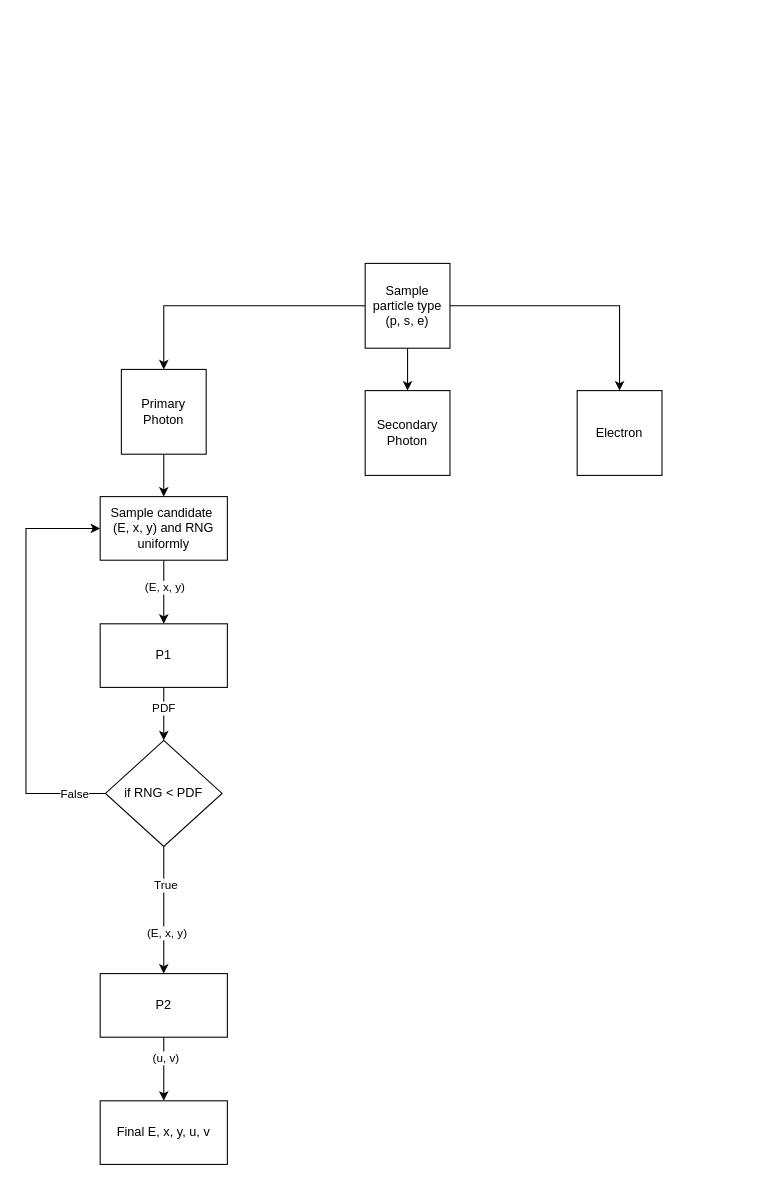
Earlier version of the draw.io diagram aapm_mc_inr.drawio (vengjean/drawings). Source tidied: cells renumbered, new cells numbered last; positions are measured from the earlier drawing's top-left corner, leaving out a move shared by most shapes. Both pictures are drawn from the tidied source at 106%, with x=0, y=0 at pixel (25, 263).
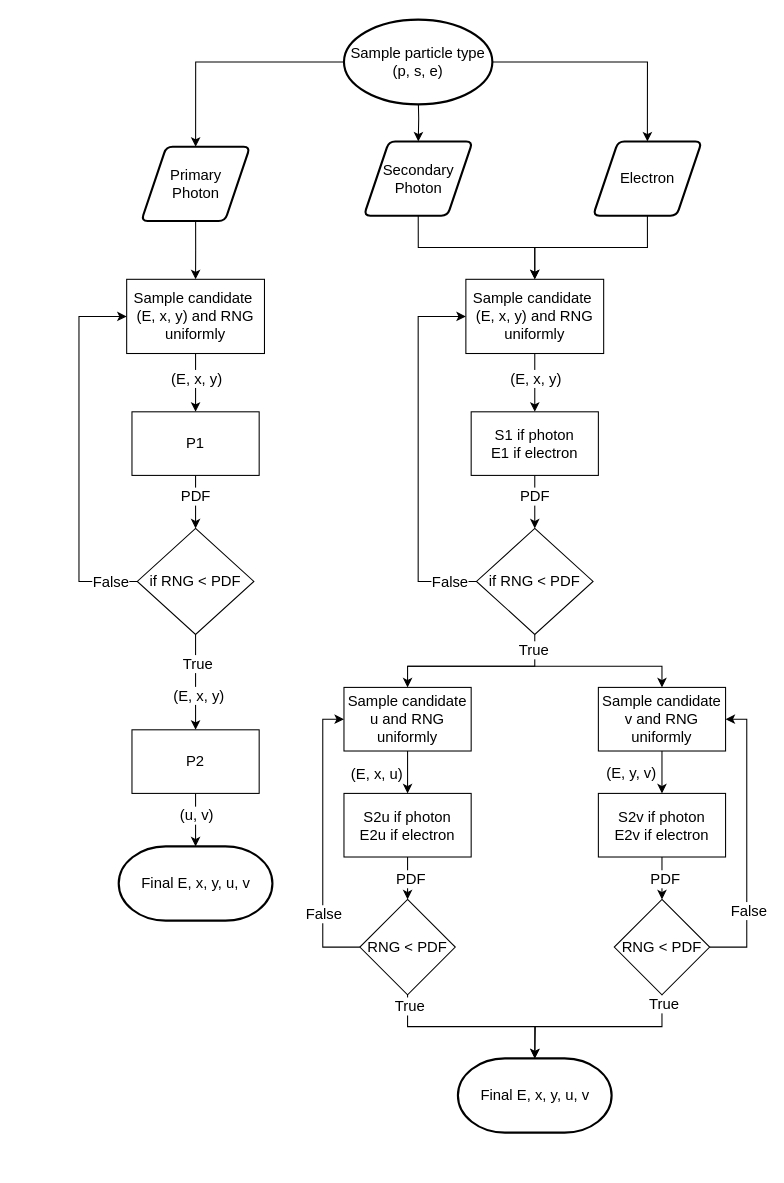
Above is the later version.

Diff of the diagram source:
```diff
@@
-    <mxCell id="2" style="edgeStyle=orthogonalEdgeStyle;rounded=0;jettySize=auto;html=1;" parent="1" edge="1" source="5" target="7">
+    <mxCell id="2" style="edgeStyle=orthogonalEdgeStyle;rounded=0;jettySize=auto;html=1;fontSize=14;exitX=0;exitY=0.5;exitDx=0;exitDy=0;exitPerimeter=0;entryX=0.5;entryY=0;entryDx=0;entryDy=0;" parent="1" edge="1" source="5" target="7">
       <mxGeometry relative="1" as="geometry" />
     </mxCell>
-    <mxCell id="3" style="edgeStyle=orthogonalEdgeStyle;rounded=0;jettySize=auto;html=1;" parent="1" edge="1" source="5" target="8">
-      <mxGeometry relative="1" as="geometry" />
-    </mxCell>
-    <mxCell id="4" style="edgeStyle=orthogonalEdgeStyle;rounded=0;jettySize=auto;html=1;" parent="1" edge="1" source="5" target="9">
+    <mxCell id="4" style="edgeStyle=orthogonalEdgeStyle;rounded=0;jettySize=auto;html=1;fontSize=14;exitX=1;exitY=0.5;exitDx=0;exitDy=0;exitPerimeter=0;entryX=0.5;entryY=0;entryDx=0;entryDy=0;" parent="1" edge="1" source="5" target="9">
       <mxGeometry relative="1" as="geometry" />
     </mxCell>
-    <mxCell id="5" value="Sample particle type (p, s, e)" style="whiteSpace=wrap;html=1;" parent="1" vertex="1">
-      <mxGeometry x="320" width="80" height="80" as="geometry" />
-    </mxCell>
-    <mxCell id="6" style="edgeStyle=orthogonalEdgeStyle;rounded=0;jettySize=auto;html=1;" parent="1" edge="1" source="7" target="12">
+    <mxCell id="6" style="edgeStyle=orthogonalEdgeStyle;rounded=0;jettySize=auto;html=1;fontSize=14;exitX=0.5;exitY=1;exitDx=0;exitDy=0;" parent="1" edge="1" source="7" target="12">
       <mxGeometry relative="1" as="geometry" />
     </mxCell>
-    <mxCell id="7" value="Primary&lt;div&gt;Photon&lt;/div&gt;" style="whiteSpace=wrap;html=1;" parent="1" vertex="1">
-      <mxGeometry x="90" y="100" width="80" height="80" as="geometry" />
-    </mxCell>
-    <mxCell id="8" value="Secondary&lt;div&gt;Photon&lt;/div&gt;" style="whiteSpace=wrap;html=1;" parent="1" vertex="1">
-      <mxGeometry x="320" y="120" width="80" height="80" as="geometry" />
-    </mxCell>
-    <mxCell id="9" value="Electron" style="whiteSpace=wrap;html=1;" parent="1" vertex="1">
-      <mxGeometry x="520" y="120" width="80" height="80" as="geometry" />
-    </mxCell>
+    <mxCell id="26" style="edgeStyle=orthogonalEdgeStyle;rounded=0;jettySize=auto;html=1;exitX=0.5;exitY=1;exitDx=0;exitDy=0;entryX=0.5;entryY=0;entryDx=0;entryDy=0;fontSize=14;" parent="1" edge="1" source="8" target="30">
+      <mxGeometry relative="1" as="geometry" />
+    </mxCell>
+    <mxCell id="27" style="edgeStyle=orthogonalEdgeStyle;rounded=0;jettySize=auto;html=1;entryX=0.5;entryY=0;entryDx=0;entryDy=0;exitX=0.5;exitY=1;exitDx=0;exitDy=0;fontSize=14;" parent="1" edge="1" source="9" target="30">
+      <mxGeometry relative="1" as="geometry" />
+    </mxCell>
-    <mxCell id="10" style="edgeStyle=orthogonalEdgeStyle;rounded=0;jettySize=auto;html=1;" parent="1" edge="1" source="12" target="15">
+    <mxCell id="10" style="edgeStyle=orthogonalEdgeStyle;rounded=0;jettySize=auto;html=1;fontSize=14;" parent="1" edge="1" source="12" target="15">
       <mxGeometry relative="1" as="geometry" />
     </mxCell>
-    <mxCell id="11" value="(E, x, y)" style="edgeLabel;html=1;align=center;verticalAlign=middle;" parent="10" vertex="1">
+    <mxCell id="11" value="(E, x, y)" style="edgeLabel;html=1;align=center;verticalAlign=middle;fontSize=14;" parent="10" vertex="1">
       <mxGeometry x="-0.17" relative="1" as="geometry" />
     </mxCell>
-    <mxCell id="12" value="Sample candidate&amp;nbsp;&lt;div&gt;(E, x, y) and RNG uniformly&lt;/div&gt;" style="whiteSpace=wrap;html=1;" parent="1" vertex="1">
-      <mxGeometry x="70" y="220" width="120" height="60" as="geometry" />
+    <mxCell id="12" value="Sample candidate&amp;nbsp;&lt;div&gt;(E, x, y) and RNG uniformly&lt;/div&gt;" style="whiteSpace=wrap;html=1;fontSize=14;" parent="1" vertex="1">
+      <mxGeometry x="95" y="15" width="130" height="70" as="geometry" />
     </mxCell>
-    <mxCell id="13" style="edgeStyle=orthogonalEdgeStyle;rounded=0;jettySize=auto;html=1;" parent="1" edge="1" source="15">
+    <mxCell id="13" style="edgeStyle=orthogonalEdgeStyle;rounded=0;jettySize=auto;html=1;fontSize=14;" parent="1" edge="1" source="15">
       <mxGeometry relative="1" as="geometry">
-        <mxPoint x="130" y="450" as="targetPoint" />
+        <mxPoint x="160" y="250" as="targetPoint" />
       </mxGeometry>
     </mxCell>
-    <mxCell id="14" value="PDF" style="edgeLabel;html=1;align=center;verticalAlign=middle;" parent="13" vertex="1">
+    <mxCell id="14" value="PDF" style="edgeLabel;html=1;align=center;verticalAlign=middle;fontSize=14;" parent="13" vertex="1">
       <mxGeometry x="-0.25" y="-1" relative="1" as="geometry" />
     </mxCell>
-    <mxCell id="15" value="P1" style="whiteSpace=wrap;html=1;" parent="1" vertex="1">
-      <mxGeometry x="70" y="340" width="120" height="60" as="geometry" />
+    <mxCell id="15" value="P1" style="whiteSpace=wrap;html=1;fontSize=14;" parent="1" vertex="1">
+      <mxGeometry x="100" y="140" width="120" height="60" as="geometry" />
     </mxCell>
-    <mxCell id="16" style="edgeStyle=orthogonalEdgeStyle;rounded=0;jettySize=auto;html=1;" parent="1" edge="1" source="19" target="24">
+    <mxCell id="16" style="edgeStyle=orthogonalEdgeStyle;rounded=0;jettySize=auto;html=1;fontSize=14;" parent="1" edge="1" source="19" target="24">
       <mxGeometry relative="1" as="geometry" />
     </mxCell>
-    <mxCell id="17" value="True" style="edgeLabel;html=1;align=center;verticalAlign=middle;" parent="16" vertex="1">
+    <mxCell id="17" value="True" style="edgeLabel;html=1;align=center;verticalAlign=middle;fontSize=14;" parent="16" vertex="1">
       <mxGeometry x="-0.4" y="1" relative="1" as="geometry" />
     </mxCell>
-    <mxCell id="18" value="(E, x, y)" style="edgeLabel;html=1;align=center;verticalAlign=middle;" parent="16" vertex="1">
+    <mxCell id="18" value="(E, x, y)" style="edgeLabel;html=1;align=center;verticalAlign=middle;fontSize=14;" parent="16" vertex="1">
       <mxGeometry x="0.56" y="2" relative="1" as="geometry">
         <mxPoint y="-13" as="offset" />
       </mxGeometry>
     </mxCell>
-    <mxCell id="19" value="if RNG &amp;lt; PDF" style="rhombus;whiteSpace=wrap;html=1;" parent="1" vertex="1">
-      <mxGeometry x="75" y="450" width="110" height="100" as="geometry" />
+    <mxCell id="19" value="if RNG &amp;lt; PDF" style="rhombus;whiteSpace=wrap;html=1;fontSize=14;" parent="1" vertex="1">
+      <mxGeometry x="105" y="250" width="110" height="100" as="geometry" />
     </mxCell>
-    <mxCell id="20" style="endArrow=classic;html=1;rounded=0;exitX=0;exitY=0.5;exitDx=0;exitDy=0;entryX=0;entryY=0.5;entryDx=0;entryDy=0;" parent="1" edge="1" source="19" target="12">
+    <mxCell id="20" style="endArrow=classic;html=1;rounded=0;exitX=0;exitY=0.5;exitDx=0;exitDy=0;entryX=0;entryY=0.5;entryDx=0;entryDy=0;fontSize=14;" parent="1" edge="1" source="19" target="12">
       <mxGeometry relative="1" as="geometry">
         <Array as="points">
-          <mxPoint y="500" />
-          <mxPoint y="250" />
+          <mxPoint x="50" y="300" />
+          <mxPoint x="50" y="50" />
         </Array>
       </mxGeometry>
     </mxCell>
-    <mxCell id="21" value="False" style="edgeLabel;html=1;align=center;verticalAlign=middle;" parent="20" vertex="1">
+    <mxCell id="21" value="False" style="edgeLabel;html=1;align=center;verticalAlign=middle;fontSize=14;" parent="20" vertex="1">
       <mxGeometry x="-0.85" relative="1" as="geometry" />
     </mxCell>
-    <mxCell id="22" style="edgeStyle=orthogonalEdgeStyle;rounded=0;jettySize=auto;html=1;" parent="1" edge="1" source="24" target="25">
-      <mxGeometry relative="1" as="geometry" />
+    <mxCell id="22" style="edgeStyle=orthogonalEdgeStyle;rounded=0;jettySize=auto;html=1;fontSize=14;" parent="1" edge="1" source="24">
+      <mxGeometry relative="1" as="geometry">
+        <mxPoint x="160" y="550" as="targetPoint" />
+      </mxGeometry>
     </mxCell>
-    <mxCell id="23" value="(u, v)" style="edgeLabel;html=1;align=center;verticalAlign=middle;" parent="22" vertex="1">
-      <mxGeometry x="-0.37" y="1" relative="1" as="geometry" />
+    <mxCell id="23" value="(u, v)" style="edgeLabel;html=1;align=center;verticalAlign=middle;fontSize=14;" parent="22" vertex="1">
+      <mxGeometry x="-0.37" y="1" relative="1" as="geometry">
+        <mxPoint x="-1" y="4" as="offset" />
+      </mxGeometry>
     </mxCell>
-    <mxCell id="24" value="P2" style="whiteSpace=wrap;html=1;" parent="1" vertex="1">
-      <mxGeometry x="70" y="670" width="120" height="60" as="geometry" />
+    <mxCell id="24" value="P2" style="whiteSpace=wrap;html=1;fontSize=14;" parent="1" vertex="1">
+      <mxGeometry x="100" y="440" width="120" height="60" as="geometry" />
     </mxCell>
-    <mxCell id="25" value="Final E, x, y, u, v" style="whiteSpace=wrap;html=1;" parent="1" vertex="1">
-      <mxGeometry x="70" y="790" width="120" height="60" as="geometry" />
-    </mxCell>
+    <mxCell id="28" style="edgeStyle=orthogonalEdgeStyle;rounded=0;jettySize=auto;html=1;fontSize=14;" parent="1" edge="1" source="30" target="33">
+      <mxGeometry relative="1" as="geometry" />
+    </mxCell>
+    <mxCell id="29" value="(E, x, y)" style="edgeLabel;html=1;align=center;verticalAlign=middle;fontSize=14;" parent="28" vertex="1">
+      <mxGeometry x="-0.17" relative="1" as="geometry" />
+    </mxCell>
+    <mxCell id="30" value="Sample candidate&amp;nbsp;&lt;div&gt;(E, x, y) and RNG uniformly&lt;/div&gt;" style="whiteSpace=wrap;html=1;fontSize=14;" parent="1" vertex="1">
+      <mxGeometry x="415" y="15" width="130" height="70" as="geometry" />
+    </mxCell>
+    <mxCell id="31" style="edgeStyle=orthogonalEdgeStyle;rounded=0;jettySize=auto;html=1;fontSize=14;" parent="1" edge="1" source="33">
+      <mxGeometry relative="1" as="geometry">
+        <mxPoint x="480" y="250" as="targetPoint" />
+      </mxGeometry>
+    </mxCell>
+    <mxCell id="32" value="PDF" style="edgeLabel;html=1;align=center;verticalAlign=middle;fontSize=14;" parent="31" vertex="1">
+      <mxGeometry x="-0.25" y="-1" relative="1" as="geometry" />
+    </mxCell>
+    <mxCell id="33" value="S1 if photon&lt;div&gt;E1 if electron&lt;/div&gt;" style="whiteSpace=wrap;html=1;fontSize=14;" parent="1" vertex="1">
+      <mxGeometry x="420" y="140" width="120" height="60" as="geometry" />
+    </mxCell>
+    <mxCell id="34" style="edgeStyle=orthogonalEdgeStyle;rounded=0;jettySize=auto;html=1;fontSize=14;" parent="1" edge="1" source="36" target="41">
+      <mxGeometry relative="1" as="geometry">
+        <Array as="points">
+          <mxPoint x="480" y="380" />
+          <mxPoint x="360" y="380" />
+        </Array>
+      </mxGeometry>
+    </mxCell>
+    <mxCell id="35" value="True" style="edgeLabel;html=1;align=center;verticalAlign=middle;fontSize=14;" parent="34" vertex="1">
+      <mxGeometry x="-0.84" y="-2" relative="1" as="geometry" />
+    </mxCell>
+    <mxCell id="36" value="if RNG &amp;lt; PDF" style="rhombus;whiteSpace=wrap;html=1;fontSize=14;" parent="1" vertex="1">
+      <mxGeometry x="425" y="250" width="110" height="100" as="geometry" />
+    </mxCell>
+    <mxCell id="37" style="endArrow=classic;html=1;rounded=0;exitX=0;exitY=0.5;exitDx=0;exitDy=0;entryX=0;entryY=0.5;entryDx=0;entryDy=0;fontSize=14;" parent="1" edge="1" source="36" target="30">
+      <mxGeometry relative="1" as="geometry">
+        <Array as="points">
+          <mxPoint x="370" y="300" />
+          <mxPoint x="370" y="50" />
+        </Array>
+      </mxGeometry>
+    </mxCell>
+    <mxCell id="38" value="False" style="edgeLabel;html=1;align=center;verticalAlign=middle;fontSize=14;" parent="37" vertex="1">
+      <mxGeometry x="-0.85" relative="1" as="geometry" />
+    </mxCell>
+    <mxCell id="39" style="edgeStyle=orthogonalEdgeStyle;rounded=0;jettySize=auto;html=1;fontSize=14;" parent="1" edge="1" source="41" target="44">
+      <mxGeometry relative="1" as="geometry" />
+    </mxCell>
+    <mxCell id="40" value="(E, x, u)" style="edgeLabel;html=1;align=center;verticalAlign=middle;fontSize=14;" parent="39" vertex="1">
+      <mxGeometry x="0.03" y="-1" relative="1" as="geometry">
+        <mxPoint x="-29" as="offset" />
+      </mxGeometry>
+    </mxCell>
+    <mxCell id="41" value="Sample candidate u and RNG uniformly" style="whiteSpace=wrap;html=1;fontSize=14;" parent="1" vertex="1">
+      <mxGeometry x="300" y="400" width="120" height="60" as="geometry" />
+    </mxCell>
+    <mxCell id="42" style="edgeStyle=orthogonalEdgeStyle;rounded=0;jettySize=auto;html=1;fontSize=14;" parent="1" edge="1" source="44" target="52">
+      <mxGeometry relative="1" as="geometry" />
+    </mxCell>
+    <mxCell id="43" value="PDF" style="edgeLabel;html=1;align=center;verticalAlign=middle;fontSize=14;" parent="42" vertex="1">
+      <mxGeometry y="2" relative="1" as="geometry" />
+    </mxCell>
+    <mxCell id="44" value="S2u if photon&lt;div&gt;E2u if electron&lt;/div&gt;" style="whiteSpace=wrap;html=1;fontSize=14;" parent="1" vertex="1">
+      <mxGeometry x="300" y="500" width="120" height="60" as="geometry" />
+    </mxCell>
+    <mxCell id="45" style="endArrow=classic;html=1;rounded=0;fontSize=14;" parent="1" edge="1" target="48">
+      <mxGeometry relative="1" as="geometry">
+        <mxPoint x="360" y="380" as="sourcePoint" />
+        <Array as="points">
+          <mxPoint x="600" y="380" />
+        </Array>
+      </mxGeometry>
+    </mxCell>
+    <mxCell id="46" style="edgeStyle=orthogonalEdgeStyle;rounded=0;jettySize=auto;html=1;fontSize=14;" parent="1" edge="1" source="48" target="49">
+      <mxGeometry relative="1" as="geometry" />
+    </mxCell>
+    <mxCell id="47" value="(E, y, v)" style="edgeLabel;html=1;align=center;verticalAlign=middle;fontSize=14;" parent="46" vertex="1">
+      <mxGeometry x="-0.07" y="-1" relative="1" as="geometry">
+        <mxPoint x="-29" y="1" as="offset" />
+      </mxGeometry>
+    </mxCell>
+    <mxCell id="48" value="Sample candidate v and RNG uniformly" style="rounded=0;whiteSpace=wrap;html=1;fontSize=14;" parent="1" vertex="1">
+      <mxGeometry x="540" y="400" width="120" height="60" as="geometry" />
+    </mxCell>
+    <mxCell id="49" value="S2v if photon&lt;div&gt;E2v if electron&lt;/div&gt;" style="whiteSpace=wrap;html=1;rounded=0;fontSize=14;" parent="1" vertex="1">
+      <mxGeometry x="540" y="500" width="120" height="60" as="geometry" />
+    </mxCell>
+    <mxCell id="50" style="edgeStyle=orthogonalEdgeStyle;rounded=0;jettySize=auto;html=1;exitX=0.5;exitY=1;exitDx=0;exitDy=0;fontSize=14;" parent="1" edge="1" source="52">
+      <mxGeometry relative="1" as="geometry">
+        <mxPoint x="480" y="750" as="targetPoint" />
+      </mxGeometry>
+    </mxCell>
+    <mxCell id="51" value="True" style="edgeLabel;html=1;align=center;verticalAlign=middle;fontSize=14;" parent="50" vertex="1">
+      <mxGeometry x="-0.67" y="-1" relative="1" as="geometry">
+        <mxPoint x="1" y="-21" as="offset" />
+      </mxGeometry>
+    </mxCell>
+    <mxCell id="52" value="RNG &amp;lt; PDF" style="rhombus;whiteSpace=wrap;html=1;fontSize=14;" parent="1" vertex="1">
+      <mxGeometry x="315" y="600" width="90" height="90" as="geometry" />
+    </mxCell>
+    <mxCell id="53" style="endArrow=classic;html=1;rounded=0;exitX=0;exitY=0.5;exitDx=0;exitDy=0;entryX=0;entryY=0.5;entryDx=0;entryDy=0;fontSize=14;" parent="1" edge="1" source="52" target="41">
+      <mxGeometry relative="1" as="geometry">
+        <Array as="points">
+          <mxPoint x="280" y="645" />
+          <mxPoint x="280" y="540" />
+          <mxPoint x="280" y="430" />
+        </Array>
+      </mxGeometry>
+    </mxCell>
+    <mxCell id="54" value="False" style="edgeLabel;html=1;align=center;verticalAlign=middle;fontSize=14;" parent="53" vertex="1">
+      <mxGeometry x="-0.85" y="3" relative="1" as="geometry">
+        <mxPoint x="-15" y="-35" as="offset" />
+      </mxGeometry>
+    </mxCell>
+    <mxCell id="55" style="edgeStyle=orthogonalEdgeStyle;rounded=0;jettySize=auto;html=1;fontSize=14;" parent="1" edge="1" source="49" target="57">
+      <mxGeometry relative="1" as="geometry" />
+    </mxCell>
+    <mxCell id="56" value="PDF" style="edgeLabel;html=1;align=center;verticalAlign=middle;fontSize=14;" parent="55" vertex="1">
+      <mxGeometry y="2" relative="1" as="geometry" />
+    </mxCell>
+    <mxCell id="57" value="RNG &amp;lt; PDF" style="rhombus;whiteSpace=wrap;html=1;fontSize=14;" parent="1" vertex="1">
+      <mxGeometry x="555" y="600" width="90" height="90" as="geometry" />
+    </mxCell>
+    <mxCell id="58" style="endArrow=classic;html=1;rounded=0;exitX=1;exitY=0.5;exitDx=0;exitDy=0;entryX=1;entryY=0.5;entryDx=0;entryDy=0;fontSize=14;" parent="1" edge="1" source="57" target="48">
+      <mxGeometry relative="1" as="geometry">
+        <Array as="points">
+          <mxPoint x="680" y="645" />
+          <mxPoint x="680" y="430" />
+        </Array>
+      </mxGeometry>
+    </mxCell>
+    <mxCell id="59" value="False" style="edgeLabel;html=1;align=center;verticalAlign=middle;fontSize=14;" parent="58" vertex="1">
+      <mxGeometry x="-0.84" y="-1" relative="1" as="geometry">
+        <mxPoint x="14" y="-36" as="offset" />
+      </mxGeometry>
+    </mxCell>
+    <mxCell id="60" style="edgeStyle=orthogonalEdgeStyle;rounded=0;jettySize=auto;html=1;exitX=0.5;exitY=1;exitDx=0;exitDy=0;fontSize=14;" parent="1" edge="1" source="57">
+      <mxGeometry relative="1" as="geometry">
+        <mxPoint x="480" y="750" as="targetPoint" />
+        <Array as="points">
+          <mxPoint x="600" y="720" />
+          <mxPoint x="480" y="720" />
+        </Array>
+      </mxGeometry>
+    </mxCell>
+    <mxCell id="61" value="True" style="edgeLabel;html=1;align=center;verticalAlign=middle;fontSize=14;" parent="60" vertex="1">
+      <mxGeometry x="-0.67" y="-1" relative="1" as="geometry">
+        <mxPoint x="1" y="-21" as="offset" />
+      </mxGeometry>
+    </mxCell>
+    <mxCell id="62" style="edgeStyle=orthogonalEdgeStyle;rounded=0;jettySize=auto;html=1;" parent="1" edge="1" target="8">
+      <mxGeometry relative="1" as="geometry">
+        <mxPoint x="370" y="-160" as="sourcePoint" />
+      </mxGeometry>
+    </mxCell>
+    <mxCell id="5" value="&lt;span style=&quot;font-size: 14px;&quot;&gt;Sample particle type (p, s, e)&lt;/span&gt;" style="strokeWidth=2;html=1;shape=mxgraph.flowchart.start_1;whiteSpace=wrap;" parent="1" vertex="1">
+      <mxGeometry x="300" y="-230" width="140" height="80" as="geometry" />
+    </mxCell>
+    <mxCell id="63" value="&lt;span style=&quot;font-size: 14px;&quot;&gt;Final E, x, y, u, v&lt;/span&gt;" style="strokeWidth=2;html=1;shape=mxgraph.flowchart.terminator;whiteSpace=wrap;" parent="1" vertex="1">
+      <mxGeometry x="87.5" y="550" width="145" height="70" as="geometry" />
+    </mxCell>
+    <mxCell id="64" value="&lt;span style=&quot;font-size: 14px;&quot;&gt;Final E, x, y, u, v&lt;/span&gt;" style="strokeWidth=2;html=1;shape=mxgraph.flowchart.terminator;whiteSpace=wrap;" parent="1" vertex="1">
+      <mxGeometry x="407.5" y="750" width="145" height="70" as="geometry" />
+    </mxCell>
+    <mxCell id="7" value="&lt;font style=&quot;font-size: 14px;&quot;&gt;Primary&lt;/font&gt;&lt;div&gt;&lt;font style=&quot;font-size: 14px;&quot;&gt;Photon&lt;/font&gt;&lt;/div&gt;" style="shape=parallelogram;html=1;strokeWidth=2;perimeter=parallelogramPerimeter;whiteSpace=wrap;rounded=1;arcSize=12;size=0.23;" parent="1" vertex="1">
+      <mxGeometry x="108.8" y="-110" width="102.5" height="70" as="geometry" />
+    </mxCell>
+    <mxCell id="8" value="&lt;span style=&quot;font-size: 14px;&quot;&gt;Secondary&lt;/span&gt;&lt;div&gt;&lt;span style=&quot;font-size: 14px;&quot;&gt;Photon&lt;/span&gt;&lt;/div&gt;" style="shape=parallelogram;html=1;strokeWidth=2;perimeter=parallelogramPerimeter;whiteSpace=wrap;rounded=1;arcSize=12;size=0.23;" parent="1" vertex="1">
+      <mxGeometry x="318.8" y="-115" width="102.5" height="70" as="geometry" />
+    </mxCell>
+    <mxCell id="9" value="&lt;span style=&quot;font-size: 14px;&quot;&gt;Electron&lt;/span&gt;" style="shape=parallelogram;html=1;strokeWidth=2;perimeter=parallelogramPerimeter;whiteSpace=wrap;rounded=1;arcSize=12;size=0.23;" parent="1" vertex="1">
+      <mxGeometry x="535" y="-115" width="102.5" height="70" as="geometry" />
+    </mxCell>
```
